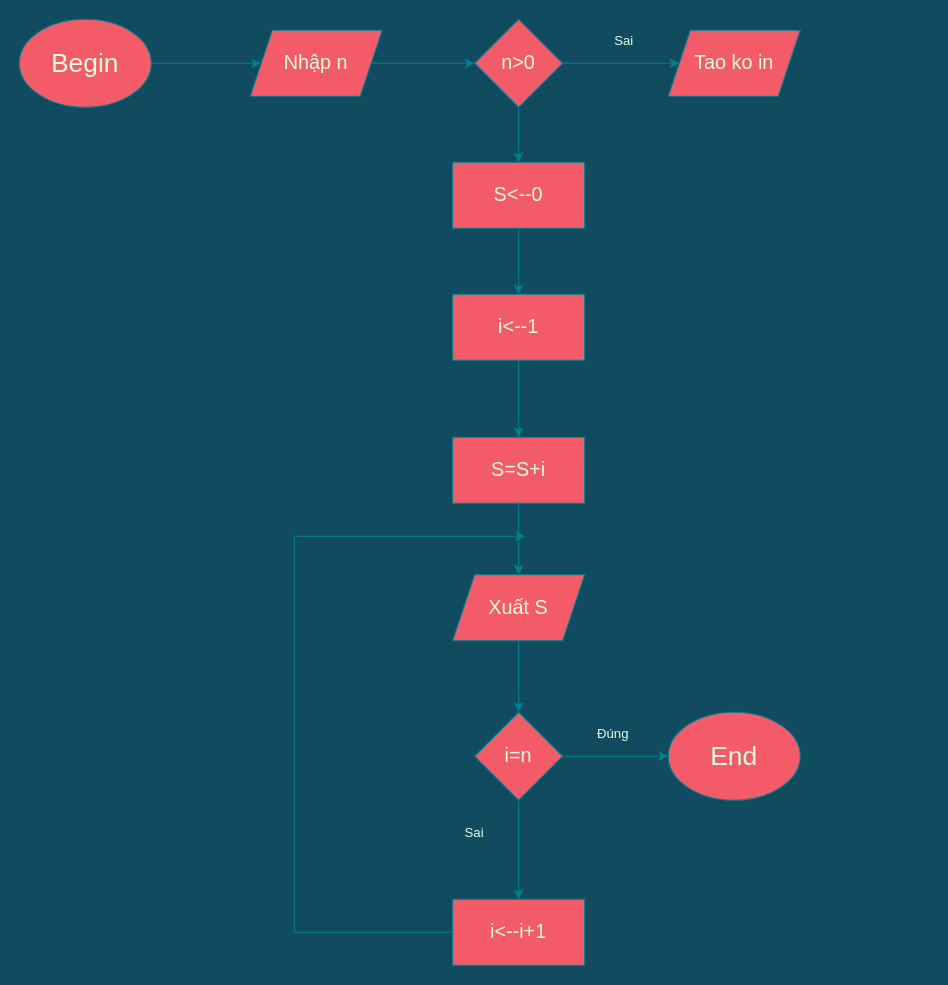
thongleqwer/flowchart keeps this draw.io diagram as tinhtongphanso.drawio. Above is the earlier version. Source tidied: cells renumbered, new cells numbered last; positions are measured from the earlier drawing's top-left corner, leaving out a move shared by most shapes. Both pictures are drawn from the tidied source at 110%, with x=0, y=0 at pixel (19, 19).
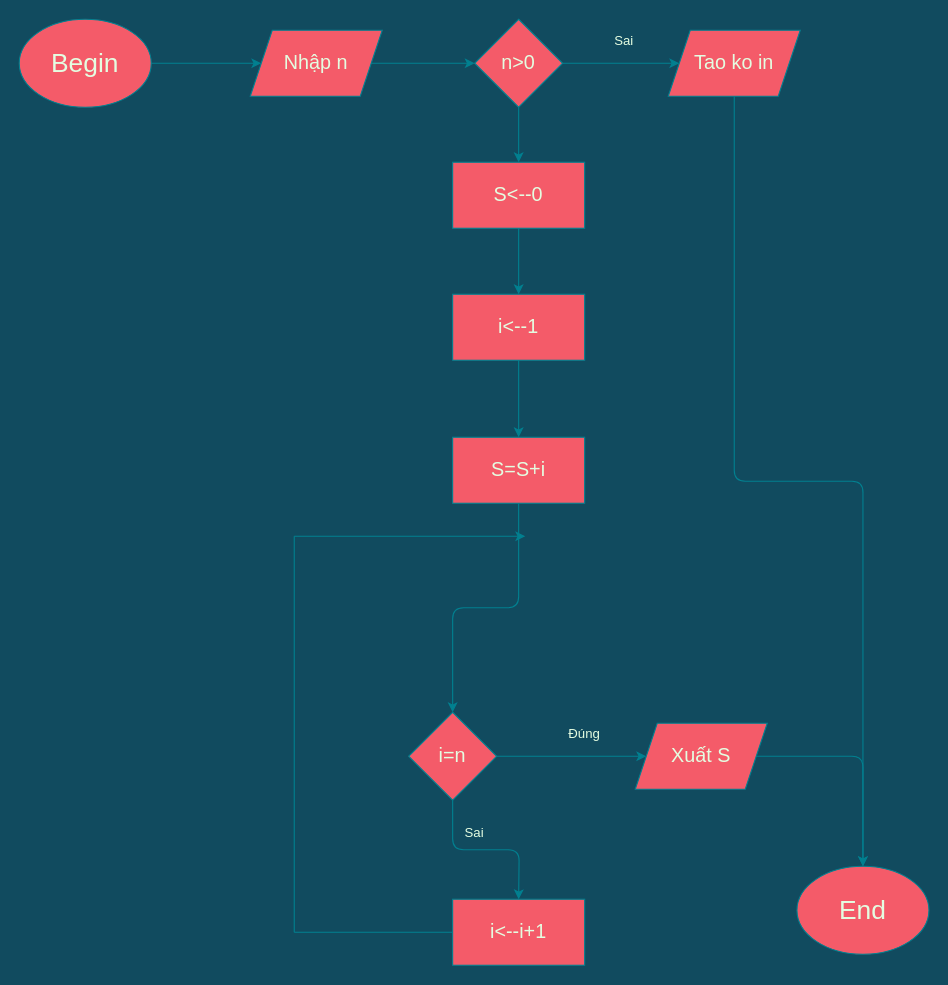
After the change.

The change refers to these unchanged cells:
```xml
<mxCell id="9" value="&lt;font style=&quot;font-size: 18px&quot;&gt;Tao ko in&lt;/font&gt;" style="shape=parallelogram;perimeter=parallelogramPerimeter;whiteSpace=wrap;html=1;fixedSize=1;fillColor=#F45B69;strokeColor=#028090;fontColor=#E4FDE1;" parent="1" vertex="1">
  <mxGeometry x="590" y="10" width="120" height="60" as="geometry" />
</mxCell>
<mxCell id="16" value="&lt;font style=&quot;font-size: 18px&quot;&gt;S=S+i&lt;/font&gt;" style="rounded=0;whiteSpace=wrap;html=1;sketch=0;strokeColor=#028090;fillColor=#F45B69;fontColor=#E4FDE1;" parent="1" vertex="1">
  <mxGeometry x="394" y="380" width="120" height="60" as="geometry" />
</mxCell>
```

The edit, as a diff of the source:
```diff
@@
+    <mxCell id="29" style="edgeStyle=orthogonalEdgeStyle;curved=0;rounded=1;sketch=0;jettySize=auto;html=1;exitX=0.5;exitY=1;exitDx=0;exitDy=0;entryX=0.5;entryY=0;entryDx=0;entryDy=0;strokeColor=#028090;fillColor=#F45B69;fontColor=#E4FDE1;" parent="1" edge="1" source="9" target="22">
+      <mxGeometry relative="1" as="geometry" />
+    </mxCell>
@@
-    <mxCell id="15" style="edgeStyle=orthogonalEdgeStyle;curved=0;rounded=1;sketch=0;jettySize=auto;html=1;exitX=0.5;exitY=1;exitDx=0;exitDy=0;entryX=0.5;entryY=0;entryDx=0;entryDy=0;strokeColor=#028090;fillColor=#F45B69;fontColor=#E4FDE1;labelBackgroundColor=#114B5F;" parent="1" edge="1" source="16" target="18">
+    <mxCell id="15" style="edgeStyle=orthogonalEdgeStyle;curved=0;rounded=1;sketch=0;jettySize=auto;html=1;exitX=0.5;exitY=1;exitDx=0;exitDy=0;strokeColor=#028090;fillColor=#F45B69;fontColor=#E4FDE1;labelBackgroundColor=#114B5F;entryX=0.5;entryY=0;entryDx=0;entryDy=0;" parent="1" edge="1" source="16" target="21">
       <mxGeometry relative="1" as="geometry" />
     </mxCell>
@@
-    <mxCell id="17" style="edgeStyle=orthogonalEdgeStyle;curved=0;rounded=1;sketch=0;jettySize=auto;html=1;exitX=0.5;exitY=1;exitDx=0;exitDy=0;entryX=0.5;entryY=0;entryDx=0;entryDy=0;strokeColor=#028090;fillColor=#F45B69;fontColor=#E4FDE1;labelBackgroundColor=#114B5F;" parent="1" edge="1" source="18" target="21">
-      <mxGeometry relative="1" as="geometry" />
-    </mxCell>
-    <mxCell id="18" value="&lt;font style=&quot;font-size: 18px&quot;&gt;Xuất S&lt;/font&gt;" style="shape=parallelogram;perimeter=parallelogramPerimeter;whiteSpace=wrap;html=1;fixedSize=1;rounded=0;sketch=0;strokeColor=#028090;fillColor=#F45B69;fontColor=#E4FDE1;" parent="1" vertex="1">
-      <mxGeometry x="394" y="505" width="120" height="60" as="geometry" />
-    </mxCell>
@@
-    <mxCell id="20" style="edgeStyle=orthogonalEdgeStyle;curved=0;rounded=1;sketch=0;jettySize=auto;html=1;exitX=1;exitY=0.5;exitDx=0;exitDy=0;strokeColor=#028090;fillColor=#F45B69;fontColor=#E4FDE1;labelBackgroundColor=#114B5F;" parent="1" edge="1" source="21" target="22">
-      <mxGeometry relative="1" as="geometry" />
+    <mxCell id="20" style="edgeStyle=orthogonalEdgeStyle;curved=0;rounded=1;sketch=0;jettySize=auto;html=1;exitX=1;exitY=0.5;exitDx=0;exitDy=0;strokeColor=#028090;fillColor=#F45B69;fontColor=#E4FDE1;labelBackgroundColor=#114B5F;" parent="1" edge="1" source="21">
+      <mxGeometry relative="1" as="geometry">
+        <mxPoint x="570" y="670" as="targetPoint" />
+      </mxGeometry>
     </mxCell>
     <mxCell id="21" value="&lt;font style=&quot;font-size: 18px&quot;&gt;i=n&lt;/font&gt;" style="rhombus;whiteSpace=wrap;html=1;rounded=0;sketch=0;strokeColor=#028090;fillColor=#F45B69;fontColor=#E4FDE1;" parent="1" vertex="1">
-      <mxGeometry x="414" y="630" width="80" height="80" as="geometry" />
+      <mxGeometry x="354" y="630" width="80" height="80" as="geometry" />
     </mxCell>
     <mxCell id="22" value="&lt;font style=&quot;font-size: 24px&quot;&gt;End&lt;/font&gt;" style="ellipse;whiteSpace=wrap;html=1;fillColor=#F45B69;strokeColor=#028090;fontColor=#E4FDE1;" parent="1" vertex="1">
-      <mxGeometry x="590" y="630" width="120" height="80" as="geometry" />
+      <mxGeometry x="707" y="770" width="120" height="80" as="geometry" />
     </mxCell>
     <mxCell id="23" value="Đúng" style="text;html=1;strokeColor=none;fillColor=none;align=center;verticalAlign=middle;whiteSpace=wrap;rounded=0;sketch=0;fontColor=#E4FDE1;" parent="1" vertex="1">
-      <mxGeometry x="520" y="640" width="40" height="20" as="geometry" />
+      <mxGeometry x="494" y="640" width="40" height="20" as="geometry" />
     </mxCell>
@@
+    <mxCell id="30" style="edgeStyle=orthogonalEdgeStyle;curved=0;rounded=1;sketch=0;jettySize=auto;html=1;exitX=1;exitY=0.5;exitDx=0;exitDy=0;strokeColor=#028090;fillColor=#F45B69;fontColor=#E4FDE1;" parent="1" edge="1" source="18" target="22">
+      <mxGeometry relative="1" as="geometry" />
+    </mxCell>
+    <mxCell id="18" value="&lt;font style=&quot;font-size: 18px&quot;&gt;Xuất S&lt;/font&gt;" style="shape=parallelogram;perimeter=parallelogramPerimeter;whiteSpace=wrap;html=1;fixedSize=1;rounded=0;sketch=0;strokeColor=#028090;fillColor=#F45B69;fontColor=#E4FDE1;" parent="1" vertex="1">
+      <mxGeometry x="560" y="640" width="120" height="60" as="geometry" />
+    </mxCell>
```
